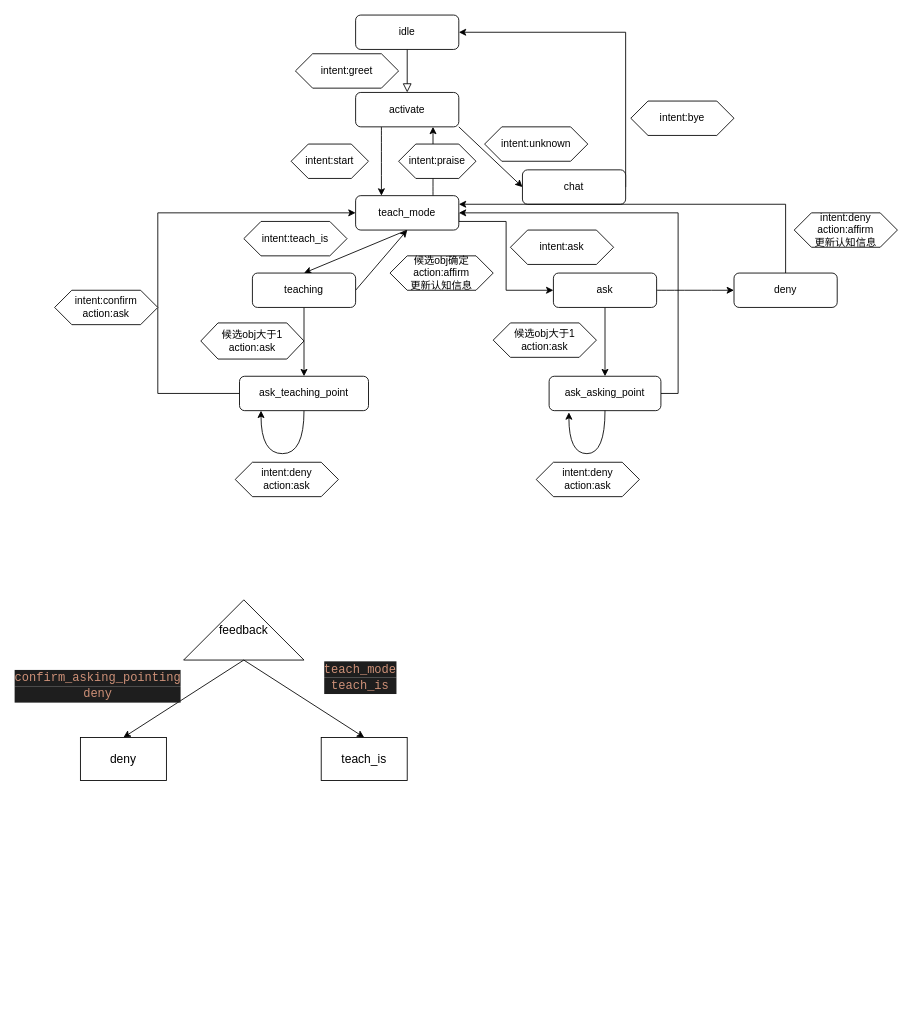
Earlier version of the draw.io diagram 2.14 lua version.drawio (tongbc/algorithm). Source tidied: cells renumbered, new cells numbered last; positions are measured from the earlier drawing's top-left corner, leaving out a move shared by most shapes. Both pictures are drawn from the tidied source at 86%, with x=0, y=0 at pixel (15, 15).
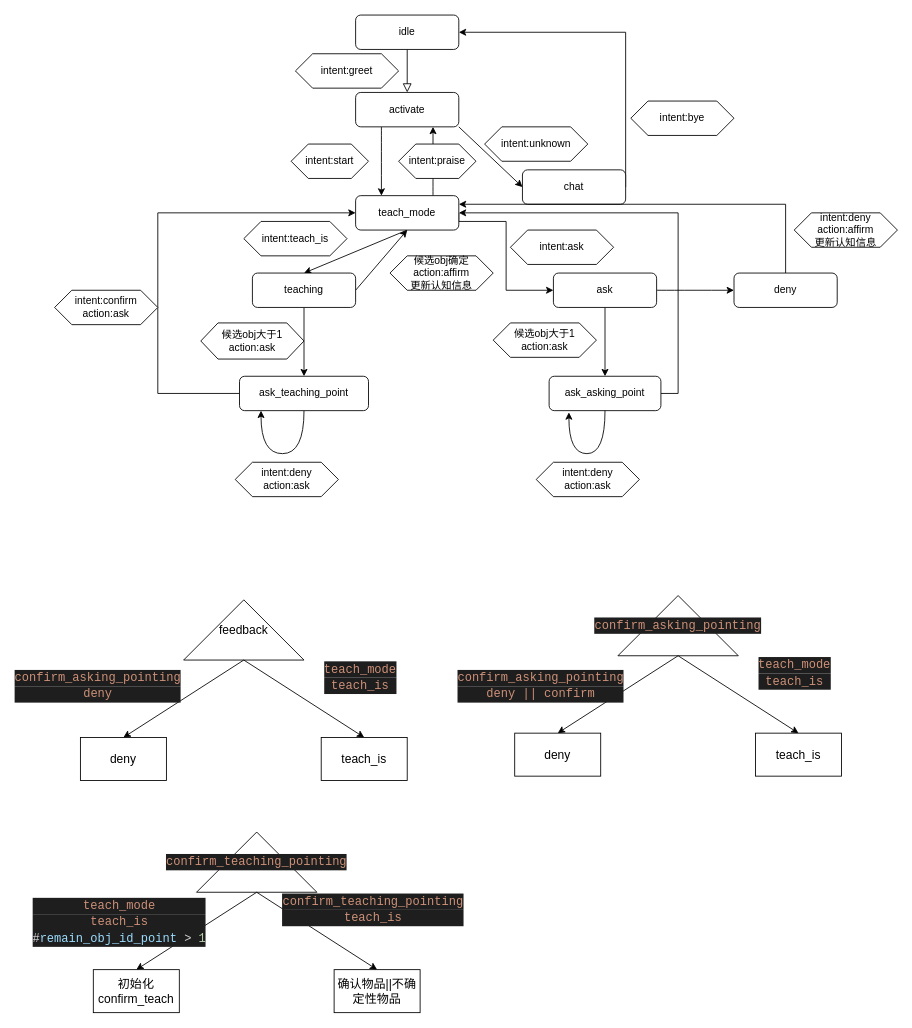
Above is the later version.

Diff of the diagram source:
```diff
@@
+    <mxCell id="48" value="&lt;div style=&quot;color: rgb(212 , 212 , 212) ; background-color: rgb(30 , 30 , 30) ; font-family: &amp;#34;consolas&amp;#34; , &amp;#34;courier new&amp;#34; , monospace ; font-size: 14px ; line-height: 19px&quot;&gt;&lt;span style=&quot;color: #ce9178&quot;&gt;confirm_asking_pointing&lt;/span&gt;&lt;/div&gt;" style="triangle;whiteSpace=wrap;html=1;direction=north;" parent="1" vertex="1">
+      <mxGeometry x="700" y="675" width="140" height="70" as="geometry" />
+    </mxCell>
+    <mxCell id="49" style="endArrow=classic;html=1;rounded=0;fontSize=14;exitX=0;exitY=0.5;exitDx=0;exitDy=0;entryX=0.5;entryY=0;entryDx=0;entryDy=0;" parent="1" edge="1" source="48" target="51">
+      <mxGeometry relative="1" as="geometry" />
+    </mxCell>
+    <mxCell id="50" style="endArrow=classic;html=1;rounded=0;fontSize=14;exitX=0;exitY=0.5;exitDx=0;exitDy=0;entryX=0.5;entryY=0;entryDx=0;entryDy=0;" parent="1" edge="1" source="48" target="52">
+      <mxGeometry relative="1" as="geometry" />
+    </mxCell>
+    <mxCell id="51" value="deny" style="rounded=0;whiteSpace=wrap;html=1;fontSize=14;" parent="1" vertex="1">
+      <mxGeometry x="580" y="835" width="100" height="50" as="geometry" />
+    </mxCell>
+    <mxCell id="52" value="teach_is" style="rounded=0;whiteSpace=wrap;html=1;fontSize=14;" parent="1" vertex="1">
+      <mxGeometry x="860" y="835" width="100" height="50" as="geometry" />
+    </mxCell>
+    <mxCell id="53" value="&lt;div style=&quot;color: rgb(212 , 212 , 212) ; background-color: rgb(30 , 30 , 30) ; font-family: &amp;#34;consolas&amp;#34; , &amp;#34;courier new&amp;#34; , monospace ; line-height: 19px&quot;&gt;&lt;span style=&quot;color: #ce9178&quot;&gt;teach_mode&lt;/span&gt;&lt;/div&gt;&lt;div style=&quot;color: rgb(212 , 212 , 212) ; background-color: rgb(30 , 30 , 30) ; font-family: &amp;#34;consolas&amp;#34; , &amp;#34;courier new&amp;#34; , monospace ; line-height: 19px&quot;&gt;&lt;span style=&quot;color: #ce9178&quot;&gt;teach_is&lt;/span&gt;&lt;/div&gt;" style="text;html=1;align=center;verticalAlign=middle;strokeColor=none;fillColor=none;fontSize=14;" parent="1" vertex="1">
+      <mxGeometry x="860" y="745" width="90" height="40" as="geometry" />
+    </mxCell>
+    <mxCell id="54" value="&lt;div style=&quot;color: rgb(212 , 212 , 212) ; background-color: rgb(30 , 30 , 30) ; font-family: &amp;#34;consolas&amp;#34; , &amp;#34;courier new&amp;#34; , monospace ; line-height: 19px&quot;&gt;&lt;span style=&quot;color: #ce9178&quot;&gt;confirm_asking_pointing&lt;/span&gt;&lt;/div&gt;&lt;div style=&quot;color: rgb(212 , 212 , 212) ; background-color: rgb(30 , 30 , 30) ; font-family: &amp;#34;consolas&amp;#34; , &amp;#34;courier new&amp;#34; , monospace ; line-height: 19px&quot;&gt;&lt;span style=&quot;color: #ce9178&quot;&gt;deny || confirm&lt;br&gt;&lt;/span&gt;&lt;/div&gt;" style="text;html=1;align=center;verticalAlign=middle;strokeColor=none;fillColor=none;fontSize=14;" parent="1" vertex="1">
+      <mxGeometry x="515" y="760" width="190" height="40" as="geometry" />
+    </mxCell>
+    <mxCell id="55" value="&lt;div style=&quot;color: rgb(212 , 212 , 212) ; background-color: rgb(30 , 30 , 30) ; font-family: &amp;#34;consolas&amp;#34; , &amp;#34;courier new&amp;#34; , monospace ; font-size: 14px ; line-height: 19px&quot;&gt;&lt;div style=&quot;font-family: &amp;#34;consolas&amp;#34; , &amp;#34;courier new&amp;#34; , monospace ; line-height: 19px&quot;&gt;&lt;span style=&quot;color: #ce9178&quot;&gt;confirm_teaching_pointing&lt;/span&gt;&lt;/div&gt;&lt;/div&gt;" style="triangle;whiteSpace=wrap;html=1;direction=north;" parent="1" vertex="1">
+      <mxGeometry x="210" y="950" width="140" height="70" as="geometry" />
+    </mxCell>
+    <mxCell id="56" style="endArrow=classic;html=1;rounded=0;fontSize=14;exitX=0;exitY=0.5;exitDx=0;exitDy=0;entryX=0.5;entryY=0;entryDx=0;entryDy=0;" parent="1" edge="1" source="55" target="58">
+      <mxGeometry relative="1" as="geometry" />
+    </mxCell>
+    <mxCell id="57" style="endArrow=classic;html=1;rounded=0;fontSize=14;exitX=0;exitY=0.5;exitDx=0;exitDy=0;entryX=0.5;entryY=0;entryDx=0;entryDy=0;" parent="1" edge="1" source="55" target="59">
+      <mxGeometry relative="1" as="geometry" />
+    </mxCell>
+    <mxCell id="58" value="初始化confirm_teach" style="rounded=0;whiteSpace=wrap;html=1;fontSize=14;" parent="1" vertex="1">
+      <mxGeometry x="90" y="1110" width="100" height="50" as="geometry" />
+    </mxCell>
+    <mxCell id="59" value="确认物品||不确定性物品" style="rounded=0;whiteSpace=wrap;html=1;fontSize=14;" parent="1" vertex="1">
+      <mxGeometry x="370" y="1110" width="100" height="50" as="geometry" />
+    </mxCell>
+    <mxCell id="60" value="&lt;div style=&quot;color: rgb(212 , 212 , 212) ; background-color: rgb(30 , 30 , 30) ; font-family: &amp;#34;consolas&amp;#34; , &amp;#34;courier new&amp;#34; , monospace ; line-height: 19px&quot;&gt;&lt;span style=&quot;color: rgb(206 , 145 , 120)&quot;&gt;confirm_teaching_pointing&lt;/span&gt;&lt;br&gt;&lt;/div&gt;&lt;div style=&quot;color: rgb(212 , 212 , 212) ; background-color: rgb(30 , 30 , 30) ; font-family: &amp;#34;consolas&amp;#34; , &amp;#34;courier new&amp;#34; , monospace ; line-height: 19px&quot;&gt;&lt;span style=&quot;color: #ce9178&quot;&gt;teach_is&lt;/span&gt;&lt;/div&gt;" style="text;html=1;align=center;verticalAlign=middle;strokeColor=none;fillColor=none;fontSize=14;" parent="1" vertex="1">
+      <mxGeometry x="310" y="1020" width="210" height="40" as="geometry" />
+    </mxCell>
+    <mxCell id="61" value="&lt;div style=&quot;color: rgb(212 , 212 , 212) ; background-color: rgb(30 , 30 , 30) ; font-family: &amp;#34;consolas&amp;#34; , &amp;#34;courier new&amp;#34; , monospace ; line-height: 19px&quot;&gt;&lt;div style=&quot;font-family: &amp;#34;consolas&amp;#34; , &amp;#34;courier new&amp;#34; , monospace ; line-height: 19px&quot;&gt;&lt;span style=&quot;color: #ce9178&quot;&gt;teach_mode&lt;/span&gt;&lt;/div&gt;&lt;/div&gt;&lt;div style=&quot;color: rgb(212 , 212 , 212) ; background-color: rgb(30 , 30 , 30) ; font-family: &amp;#34;consolas&amp;#34; , &amp;#34;courier new&amp;#34; , monospace ; line-height: 19px&quot;&gt;&lt;div style=&quot;font-family: &amp;#34;consolas&amp;#34; , &amp;#34;courier new&amp;#34; , monospace ; line-height: 19px&quot;&gt;&lt;span style=&quot;color: #ce9178&quot;&gt;teach_is&lt;/span&gt;&lt;/div&gt;&lt;div style=&quot;font-family: &amp;#34;consolas&amp;#34; , &amp;#34;courier new&amp;#34; , monospace ; line-height: 19px&quot;&gt;&lt;div style=&quot;line-height: 19px&quot;&gt;#&lt;span style=&quot;color: #9cdcfe&quot;&gt;remain_obj_id_point&lt;/span&gt; &amp;gt; &lt;span style=&quot;color: #b5cea8&quot;&gt;1&lt;/span&gt;&lt;/div&gt;&lt;/div&gt;&lt;/div&gt;" style="text;html=1;align=center;verticalAlign=middle;strokeColor=none;fillColor=none;fontSize=14;" parent="1" vertex="1">
+      <mxGeometry x="20" y="1025" width="200" height="60" as="geometry" />
+    </mxCell>
```
